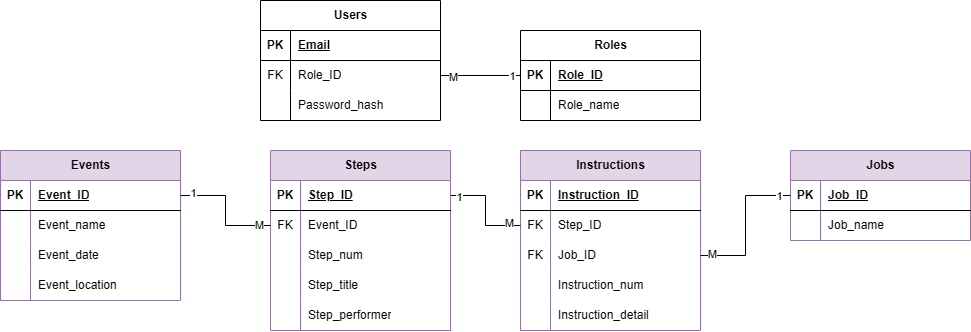
Before: Documentation/02 - Research and planning/5.1. Database Schema.png, a diagram exported from draw.io (kitaaaaaaaaaa/se12-project). Source tidied: cells renumbered, new cells last; positions are measured from the earlier drawing's top-left corner, leaving out a move shared by most shapes.
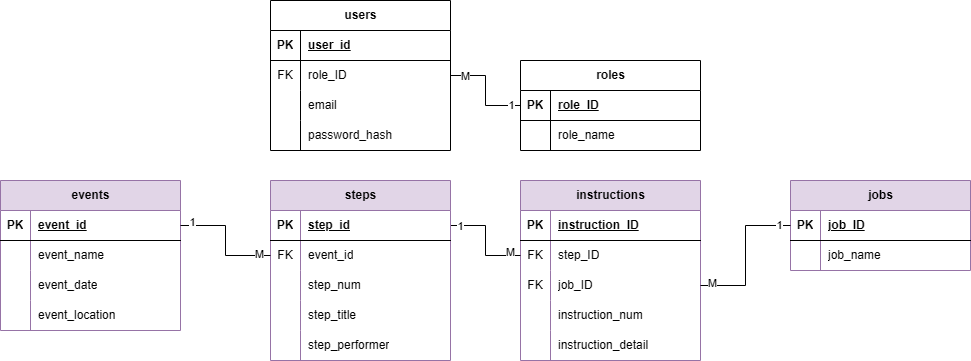
Above is the later version.

Commit message:
docs(R&P): Update database schema to reflect changes

Diff of the diagram source:
```diff
@@ -2,7 +2,7 @@
   <root>
     <mxCell id="0" />
     <mxCell id="1" parent="0" />
-    <mxCell id="2" value="Roles" style="shape=table;startSize=30;rowLines=0;fontStyle=1;align=center;html=1;" parent="1" vertex="1">
+    <mxCell id="2" value="roles" style="shape=table;startSize=30;rowLines=0;fontStyle=1;align=center;html=1;" parent="1" vertex="1">
       <mxGeometry x="520" y="30" width="180" height="90" as="geometry" />
     </mxCell>
     <mxCell id="3" style="shape=tableRow;horizontal=0;startSize=0;swimlaneHead=0;swimlaneBody=0;fillColor=none;points=[[0,0.5],[1,0.5]];portConstraint=eastwest;top=0;left=0;right=0;bottom=1;" parent="2" vertex="1">
@@ -11,7 +11,7 @@
     <mxCell id="4" value="PK" style="shape=partialRectangle;fillColor=none;top=0;left=0;bottom=0;right=0;fontStyle=1;overflow=hidden;whiteSpace=wrap;html=1;" parent="3" vertex="1">
       <mxGeometry width="30" height="30" as="geometry" />
     </mxCell>
-    <mxCell id="5" value="Role_ID" style="shape=partialRectangle;fillColor=none;top=0;left=0;bottom=0;right=0;align=left;spacingLeft=6;fontStyle=5;overflow=hidden;whiteSpace=wrap;html=1;" parent="3" vertex="1">
+    <mxCell id="5" value="role_ID" style="shape=partialRectangle;fillColor=none;top=0;left=0;bottom=0;right=0;align=left;spacingLeft=6;fontStyle=5;overflow=hidden;whiteSpace=wrap;html=1;" parent="3" vertex="1">
       <mxGeometry x="30" width="150" height="30" as="geometry" />
     </mxCell>
     <mxCell id="6" style="shape=tableRow;horizontal=0;startSize=0;swimlaneHead=0;swimlaneBody=0;fillColor=none;top=0;left=0;right=0;bottom=0;" parent="2" vertex="1">
@@ -20,10 +20,10 @@
     <mxCell id="7" style="shape=partialRectangle;fillColor=none;top=0;left=0;bottom=0;right=0;overflow=hidden;whiteSpace=wrap;html=1;" parent="6" vertex="1">
       <mxGeometry width="30" height="30" as="geometry" />
     </mxCell>
-    <mxCell id="8" value="Role_name" style="shape=partialRectangle;fillColor=none;top=0;left=0;bottom=0;right=0;align=left;spacingLeft=6;overflow=hidden;whiteSpace=wrap;html=1;" parent="6" vertex="1">
+    <mxCell id="8" value="role_name" style="shape=partialRectangle;fillColor=none;top=0;left=0;bottom=0;right=0;align=left;spacingLeft=6;overflow=hidden;whiteSpace=wrap;html=1;" parent="6" vertex="1">
       <mxGeometry x="30" width="150" height="30" as="geometry" />
     </mxCell>
-    <mxCell id="9" value="Jobs" style="shape=table;startSize=30;rowLines=0;fontStyle=1;align=center;html=1;fillColor=#e1d5e7;strokeColor=#9673a6;" parent="1" vertex="1">
+    <mxCell id="9" value="jobs" style="shape=table;startSize=30;rowLines=0;fontStyle=1;align=center;html=1;fillColor=#e1d5e7;strokeColor=#9673a6;" parent="1" vertex="1">
       <mxGeometry x="790" y="150" width="180" height="90" as="geometry" />
     </mxCell>
     <mxCell id="10" style="shape=tableRow;horizontal=0;startSize=0;swimlaneHead=0;swimlaneBody=0;fillColor=none;points=[[0,0.5],[1,0.5]];portConstraint=eastwest;top=0;left=0;right=0;bottom=1;" parent="9" vertex="1">
@@ -32,7 +32,7 @@
     <mxCell id="11" value="PK" style="shape=partialRectangle;fillColor=none;top=0;left=0;bottom=0;right=0;fontStyle=1;overflow=hidden;whiteSpace=wrap;html=1;" parent="10" vertex="1">
       <mxGeometry width="30" height="30" as="geometry" />
     </mxCell>
-    <mxCell id="12" value="Job_ID" style="shape=partialRectangle;fillColor=none;top=0;left=0;bottom=0;right=0;align=left;spacingLeft=6;fontStyle=5;overflow=hidden;whiteSpace=wrap;html=1;" parent="10" vertex="1">
+    <mxCell id="12" value="job_ID" style="shape=partialRectangle;fillColor=none;top=0;left=0;bottom=0;right=0;align=left;spacingLeft=6;fontStyle=5;overflow=hidden;whiteSpace=wrap;html=1;" parent="10" vertex="1">
       <mxGeometry x="30" width="150" height="30" as="geometry" />
     </mxCell>
     <mxCell id="13" style="shape=tableRow;horizontal=0;startSize=0;swimlaneHead=0;swimlaneBody=0;fillColor=none;top=0;left=0;right=0;bottom=0;" parent="9" vertex="1">
@@ -41,10 +41,10 @@
     <mxCell id="14" style="shape=partialRectangle;fillColor=none;top=0;left=0;bottom=0;right=0;overflow=hidden;whiteSpace=wrap;html=1;" parent="13" vertex="1">
       <mxGeometry width="30" height="30" as="geometry" />
     </mxCell>
-    <mxCell id="15" value="Job_name" style="shape=partialRectangle;fillColor=none;top=0;left=0;bottom=0;right=0;align=left;spacingLeft=6;overflow=hidden;whiteSpace=wrap;html=1;" parent="13" vertex="1">
+    <mxCell id="15" value="job_name" style="shape=partialRectangle;fillColor=none;top=0;left=0;bottom=0;right=0;align=left;spacingLeft=6;overflow=hidden;whiteSpace=wrap;html=1;" parent="13" vertex="1">
       <mxGeometry x="30" width="150" height="30" as="geometry" />
     </mxCell>
-    <mxCell id="16" value="Events" style="shape=table;startSize=30;rowLines=0;fontStyle=1;align=center;html=1;fillColor=#e1d5e7;strokeColor=#9673a6;" parent="1" vertex="1">
+    <mxCell id="16" value="events" style="shape=table;startSize=30;rowLines=0;fontStyle=1;align=center;html=1;fillColor=#e1d5e7;strokeColor=#9673a6;" parent="1" vertex="1">
       <mxGeometry y="150" width="180" height="150" as="geometry" />
     </mxCell>
     <mxCell id="17" style="shape=tableRow;horizontal=0;startSize=0;swimlaneHead=0;swimlaneBody=0;fillColor=none;points=[[0,0.5],[1,0.5]];portConstraint=eastwest;top=0;left=0;right=0;bottom=1;" parent="16" vertex="1">
@@ -53,7 +53,7 @@
     <mxCell id="18" value="PK" style="shape=partialRectangle;fillColor=none;top=0;left=0;bottom=0;right=0;fontStyle=1;overflow=hidden;whiteSpace=wrap;html=1;" parent="17" vertex="1">
       <mxGeometry width="30" height="30" as="geometry" />
     </mxCell>
-    <mxCell id="19" value="Event_ID" style="shape=partialRectangle;fillColor=none;top=0;left=0;bottom=0;right=0;align=left;spacingLeft=6;fontStyle=5;overflow=hidden;whiteSpace=wrap;html=1;" parent="17" vertex="1">
+    <mxCell id="19" value="event_id" style="shape=partialRectangle;fillColor=none;top=0;left=0;bottom=0;right=0;align=left;spacingLeft=6;fontStyle=5;overflow=hidden;whiteSpace=wrap;html=1;" parent="17" vertex="1">
       <mxGeometry x="30" width="150" height="30" as="geometry" />
     </mxCell>
     <mxCell id="20" style="shape=tableRow;horizontal=0;startSize=0;swimlaneHead=0;swimlaneBody=0;fillColor=none;top=0;left=0;right=0;bottom=0;" parent="16" vertex="1">
@@ -62,7 +62,7 @@
     <mxCell id="21" style="shape=partialRectangle;fillColor=none;top=0;left=0;bottom=0;right=0;overflow=hidden;whiteSpace=wrap;html=1;" parent="20" vertex="1">
       <mxGeometry width="30" height="30" as="geometry" />
     </mxCell>
-    <mxCell id="22" value="Event_name" style="shape=partialRectangle;fillColor=none;top=0;left=0;bottom=0;right=0;align=left;spacingLeft=6;overflow=hidden;whiteSpace=wrap;html=1;" parent="20" vertex="1">
+    <mxCell id="22" value="event_name" style="shape=partialRectangle;fillColor=none;top=0;left=0;bottom=0;right=0;align=left;spacingLeft=6;overflow=hidden;whiteSpace=wrap;html=1;" parent="20" vertex="1">
       <mxGeometry x="30" width="150" height="30" as="geometry" />
     </mxCell>
     <mxCell id="23" style="shape=tableRow;horizontal=0;startSize=0;swimlaneHead=0;swimlaneBody=0;fillColor=none;top=0;left=0;right=0;bottom=0;" parent="16" vertex="1">
@@ -71,7 +71,7 @@
     <mxCell id="24" style="shape=partialRectangle;fillColor=none;top=0;left=0;bottom=0;right=0;overflow=hidden;whiteSpace=wrap;html=1;" parent="23" vertex="1">
       <mxGeometry width="30" height="30" as="geometry" />
     </mxCell>
-    <mxCell id="25" value="Event_date" style="shape=partialRectangle;fillColor=none;top=0;left=0;bottom=0;right=0;align=left;spacingLeft=6;overflow=hidden;whiteSpace=wrap;html=1;" parent="23" vertex="1">
+    <mxCell id="25" value="event_date" style="shape=partialRectangle;fillColor=none;top=0;left=0;bottom=0;right=0;align=left;spacingLeft=6;overflow=hidden;whiteSpace=wrap;html=1;" parent="23" vertex="1">
       <mxGeometry x="30" width="150" height="30" as="geometry" />
     </mxCell>
     <mxCell id="26" style="shape=tableRow;horizontal=0;startSize=0;swimlaneHead=0;swimlaneBody=0;fillColor=none;top=0;left=0;right=0;bottom=0;" parent="16" vertex="1">
@@ -80,10 +80,10 @@
     <mxCell id="27" style="shape=partialRectangle;fillColor=none;top=0;left=0;bottom=0;right=0;overflow=hidden;whiteSpace=wrap;html=1;" parent="26" vertex="1">
       <mxGeometry width="30" height="30" as="geometry" />
     </mxCell>
-    <mxCell id="28" value="Event_location" style="shape=partialRectangle;fillColor=none;top=0;left=0;bottom=0;right=0;align=left;spacingLeft=6;overflow=hidden;whiteSpace=wrap;html=1;" parent="26" vertex="1">
+    <mxCell id="28" value="event_location" style="shape=partialRectangle;fillColor=none;top=0;left=0;bottom=0;right=0;align=left;spacingLeft=6;overflow=hidden;whiteSpace=wrap;html=1;" parent="26" vertex="1">
       <mxGeometry x="30" width="150" height="30" as="geometry" />
     </mxCell>
-    <mxCell id="29" value="Instructions" style="shape=table;startSize=30;rowLines=0;fontStyle=1;align=center;html=1;fillColor=#e1d5e7;strokeColor=#9673a6;" parent="1" vertex="1">
+    <mxCell id="29" value="instructions" style="shape=table;startSize=30;rowLines=0;fontStyle=1;align=center;html=1;fillColor=#e1d5e7;strokeColor=#9673a6;" parent="1" vertex="1">
       <mxGeometry x="520" y="150" width="180" height="180" as="geometry" />
     </mxCell>
     <mxCell id="30" style="shape=tableRow;horizontal=0;startSize=0;swimlaneHead=0;swimlaneBody=0;fillColor=none;top=0;left=0;right=0;bottom=1;" parent="29" vertex="1">
@@ -92,7 +92,7 @@
     <mxCell id="31" value="PK" style="shape=partialRectangle;fillColor=none;top=0;left=0;bottom=0;right=0;fontStyle=1;overflow=hidden;whiteSpace=wrap;html=1;" parent="30" vertex="1">
       <mxGeometry width="30" height="30" as="geometry" />
     </mxCell>
-    <mxCell id="32" value="Instruction_ID" style="shape=partialRectangle;fillColor=none;top=0;left=0;bottom=0;right=0;align=left;spacingLeft=6;fontStyle=5;overflow=hidden;whiteSpace=wrap;html=1;" parent="30" vertex="1">
+    <mxCell id="32" value="instruction_ID" style="shape=partialRectangle;fillColor=none;top=0;left=0;bottom=0;right=0;align=left;spacingLeft=6;fontStyle=5;overflow=hidden;whiteSpace=wrap;html=1;" parent="30" vertex="1">
       <mxGeometry x="30" width="150" height="30" as="geometry" />
     </mxCell>
     <mxCell id="33" style="shape=tableRow;horizontal=0;startSize=0;swimlaneHead=0;swimlaneBody=0;fillColor=none;points=[[0,0.5],[1,0.5]];portConstraint=eastwest;top=0;left=0;right=0;bottom=0;" parent="29" vertex="1">
@@ -101,7 +101,7 @@
     <mxCell id="34" value="FK" style="shape=partialRectangle;fillColor=none;top=0;left=0;bottom=0;right=0;overflow=hidden;whiteSpace=wrap;html=1;" parent="33" vertex="1">
       <mxGeometry width="30" height="30" as="geometry" />
     </mxCell>
-    <mxCell id="35" value="Step_ID" style="shape=partialRectangle;fillColor=none;top=0;left=0;bottom=0;right=0;align=left;spacingLeft=6;overflow=hidden;whiteSpace=wrap;html=1;" parent="33" vertex="1">
+    <mxCell id="35" value="step_ID" style="shape=partialRectangle;fillColor=none;top=0;left=0;bottom=0;right=0;align=left;spacingLeft=6;overflow=hidden;whiteSpace=wrap;html=1;" parent="33" vertex="1">
       <mxGeometry x="30" width="150" height="30" as="geometry" />
     </mxCell>
     <mxCell id="36" style="shape=tableRow;horizontal=0;startSize=0;swimlaneHead=0;swimlaneBody=0;fillColor=none;points=[[0,0.5],[1,0.5]];portConstraint=eastwest;top=0;left=0;right=0;bottom=0;" parent="29" vertex="1">
@@ -110,7 +110,7 @@
     <mxCell id="37" value="FK" style="shape=partialRectangle;fillColor=none;top=0;left=0;bottom=0;right=0;overflow=hidden;whiteSpace=wrap;html=1;" parent="36" vertex="1">
       <mxGeometry width="30" height="30" as="geometry" />
     </mxCell>
-    <mxCell id="38" value="Job_ID" style="shape=partialRectangle;fillColor=none;top=0;left=0;bottom=0;right=0;align=left;spacingLeft=6;overflow=hidden;whiteSpace=wrap;html=1;" parent="36" vertex="1">
+    <mxCell id="38" value="job_ID" style="shape=partialRectangle;fillColor=none;top=0;left=0;bottom=0;right=0;align=left;spacingLeft=6;overflow=hidden;whiteSpace=wrap;html=1;" parent="36" vertex="1">
       <mxGeometry x="30" width="150" height="30" as="geometry" />
     </mxCell>
     <mxCell id="39" style="shape=tableRow;horizontal=0;startSize=0;swimlaneHead=0;swimlaneBody=0;fillColor=none;top=0;left=0;right=0;bottom=0;" parent="29" vertex="1">
@@ -119,7 +119,7 @@
     <mxCell id="40" style="shape=partialRectangle;fillColor=none;top=0;left=0;bottom=0;right=0;overflow=hidden;whiteSpace=wrap;html=1;" parent="39" vertex="1">
       <mxGeometry width="30" height="30" as="geometry" />
     </mxCell>
-    <mxCell id="41" value="Instruction_num" style="shape=partialRectangle;fillColor=none;top=0;left=0;bottom=0;right=0;align=left;spacingLeft=6;overflow=hidden;whiteSpace=wrap;html=1;" parent="39" vertex="1">
+    <mxCell id="41" value="instruction_num" style="shape=partialRectangle;fillColor=none;top=0;left=0;bottom=0;right=0;align=left;spacingLeft=6;overflow=hidden;whiteSpace=wrap;html=1;" parent="39" vertex="1">
       <mxGeometry x="30" width="150" height="30" as="geometry" />
     </mxCell>
     <mxCell id="42" style="shape=tableRow;horizontal=0;startSize=0;swimlaneHead=0;swimlaneBody=0;fillColor=none;top=0;left=0;right=0;bottom=0;" parent="29" vertex="1">
@@ -128,11 +128,11 @@
     <mxCell id="43" style="shape=partialRectangle;fillColor=none;top=0;left=0;bottom=0;right=0;overflow=hidden;whiteSpace=wrap;html=1;" parent="42" vertex="1">
       <mxGeometry width="30" height="30" as="geometry" />
     </mxCell>
-    <mxCell id="44" value="Instruction_detail" style="shape=partialRectangle;fillColor=none;top=0;left=0;bottom=0;right=0;align=left;spacingLeft=6;overflow=hidden;whiteSpace=wrap;html=1;" parent="42" vertex="1">
+    <mxCell id="44" value="instruction_detail" style="shape=partialRectangle;fillColor=none;top=0;left=0;bottom=0;right=0;align=left;spacingLeft=6;overflow=hidden;whiteSpace=wrap;html=1;" parent="42" vertex="1">
       <mxGeometry x="30" width="150" height="30" as="geometry" />
     </mxCell>
-    <mxCell id="45" value="Users" style="shape=table;startSize=30;rowLines=0;fontStyle=1;align=center;html=1;" parent="1" vertex="1">
-      <mxGeometry x="260" width="180" height="120" as="geometry" />
+    <mxCell id="45" value="users" style="shape=table;startSize=30;rowLines=0;fontStyle=1;align=center;html=1;" parent="1" vertex="1">
+      <mxGeometry x="270" y="-30" width="180" height="150" as="geometry" />
     </mxCell>
     <mxCell id="46" style="shape=tableRow;horizontal=0;startSize=0;swimlaneHead=0;swimlaneBody=0;fillColor=none;top=0;left=0;right=0;bottom=1;" parent="45" vertex="1">
       <mxGeometry y="30" width="180" height="30" as="geometry" />
@@ -140,7 +140,7 @@
     <mxCell id="47" value="PK" style="shape=partialRectangle;fillColor=none;top=0;left=0;bottom=0;right=0;fontStyle=1;overflow=hidden;whiteSpace=wrap;html=1;" parent="46" vertex="1">
       <mxGeometry width="30" height="30" as="geometry" />
     </mxCell>
-    <mxCell id="48" value="Email" style="shape=partialRectangle;fillColor=none;top=0;left=0;bottom=0;right=0;align=left;spacingLeft=6;fontStyle=5;overflow=hidden;whiteSpace=wrap;html=1;" parent="46" vertex="1">
+    <mxCell id="48" value="user_id" style="shape=partialRectangle;fillColor=none;top=0;left=0;bottom=0;right=0;align=left;spacingLeft=6;fontStyle=5;overflow=hidden;whiteSpace=wrap;html=1;" parent="46" vertex="1">
       <mxGeometry x="30" width="150" height="30" as="geometry" />
     </mxCell>
     <mxCell id="49" style="shape=tableRow;horizontal=0;startSize=0;swimlaneHead=0;swimlaneBody=0;fillColor=none;points=[[0,0.5],[1,0.5]];portConstraint=eastwest;top=0;left=0;right=0;bottom=0;" parent="45" vertex="1">
@@ -149,7 +149,7 @@
     <mxCell id="50" value="FK" style="shape=partialRectangle;fillColor=none;top=0;left=0;bottom=0;right=0;overflow=hidden;whiteSpace=wrap;html=1;" parent="49" vertex="1">
       <mxGeometry width="30" height="30" as="geometry" />
     </mxCell>
-    <mxCell id="51" value="Role_ID" style="shape=partialRectangle;fillColor=none;top=0;left=0;bottom=0;right=0;align=left;spacingLeft=6;overflow=hidden;whiteSpace=wrap;html=1;" parent="49" vertex="1">
+    <mxCell id="51" value="role_ID" style="shape=partialRectangle;fillColor=none;top=0;left=0;bottom=0;right=0;align=left;spacingLeft=6;overflow=hidden;whiteSpace=wrap;html=1;" parent="49" vertex="1">
       <mxGeometry x="30" width="150" height="30" as="geometry" />
     </mxCell>
     <mxCell id="52" style="shape=tableRow;horizontal=0;startSize=0;swimlaneHead=0;swimlaneBody=0;fillColor=none;top=0;left=0;right=0;bottom=0;" parent="45" vertex="1">
@@ -158,9 +158,18 @@
     <mxCell id="53" style="shape=partialRectangle;fillColor=none;top=0;left=0;bottom=0;right=0;overflow=hidden;whiteSpace=wrap;html=1;" parent="52" vertex="1">
       <mxGeometry width="30" height="30" as="geometry" />
     </mxCell>
-    <mxCell id="54" value="Password_hash" style="shape=partialRectangle;fillColor=none;top=0;left=0;bottom=0;right=0;align=left;spacingLeft=6;overflow=hidden;whiteSpace=wrap;html=1;" parent="52" vertex="1">
+    <mxCell id="54" value="email" style="shape=partialRectangle;fillColor=none;top=0;left=0;bottom=0;right=0;align=left;spacingLeft=6;overflow=hidden;whiteSpace=wrap;html=1;" parent="52" vertex="1">
       <mxGeometry x="30" width="150" height="30" as="geometry" />
     </mxCell>
+    <mxCell id="83" style="shape=tableRow;horizontal=0;startSize=0;swimlaneHead=0;swimlaneBody=0;fillColor=none;top=0;left=0;right=0;bottom=0;" parent="45" vertex="1">
+      <mxGeometry y="120" width="180" height="30" as="geometry" />
+    </mxCell>
+    <mxCell id="84" style="shape=partialRectangle;fillColor=none;top=0;left=0;bottom=0;right=0;overflow=hidden;whiteSpace=wrap;html=1;" parent="83" vertex="1">
+      <mxGeometry width="30" height="30" as="geometry" />
+    </mxCell>
+    <mxCell id="85" value="password_hash" style="shape=partialRectangle;fillColor=none;top=0;left=0;bottom=0;right=0;align=left;spacingLeft=6;overflow=hidden;whiteSpace=wrap;html=1;" parent="83" vertex="1">
+      <mxGeometry x="30" width="150" height="30" as="geometry" />
+    </mxCell>
     <mxCell id="55" style="edgeStyle=orthogonalEdgeStyle;rounded=0;jettySize=auto;html=1;endArrow=none;endFill=0;" parent="1" edge="1" source="3" target="49">
       <mxGeometry relative="1" as="geometry" />
     </mxCell>
@@ -183,7 +192,7 @@
     <mxCell id="60" value="M" style="edgeLabel;html=1;align=center;verticalAlign=middle;" parent="58" vertex="1">
       <mxGeometry x="0.78" y="3" relative="1" as="geometry" />
     </mxCell>
-    <mxCell id="61" value="Steps" style="shape=table;startSize=30;rowLines=0;fontStyle=1;align=center;html=1;fillColor=#e1d5e7;strokeColor=#9673a6;" parent="1" vertex="1">
+    <mxCell id="61" value="steps" style="shape=table;startSize=30;rowLines=0;fontStyle=1;align=center;html=1;fillColor=#e1d5e7;strokeColor=#9673a6;" parent="1" vertex="1">
       <mxGeometry x="270" y="150" width="180" height="180" as="geometry" />
     </mxCell>
     <mxCell id="62" style="shape=tableRow;horizontal=0;startSize=0;swimlaneHead=0;swimlaneBody=0;fillColor=none;top=0;left=0;right=0;bottom=1;" parent="61" vertex="1">
@@ -192,7 +201,7 @@
     <mxCell id="63" value="PK" style="shape=partialRectangle;fillColor=none;top=0;left=0;bottom=0;right=0;fontStyle=1;overflow=hidden;whiteSpace=wrap;html=1;" parent="62" vertex="1">
       <mxGeometry width="30" height="30" as="geometry" />
     </mxCell>
-    <mxCell id="64" value="Step_ID" style="shape=partialRectangle;fillColor=none;top=0;left=0;bottom=0;right=0;align=left;spacingLeft=6;fontStyle=5;overflow=hidden;whiteSpace=wrap;html=1;" parent="62" vertex="1">
+    <mxCell id="64" value="step_id" style="shape=partialRectangle;fillColor=none;top=0;left=0;bottom=0;right=0;align=left;spacingLeft=6;fontStyle=5;overflow=hidden;whiteSpace=wrap;html=1;" parent="62" vertex="1">
       <mxGeometry x="30" width="150" height="30" as="geometry" />
     </mxCell>
     <mxCell id="65" style="shape=tableRow;horizontal=0;startSize=0;swimlaneHead=0;swimlaneBody=0;fillColor=none;points=[[0,0.5],[1,0.5]];portConstraint=eastwest;top=0;left=0;right=0;bottom=0;" parent="61" vertex="1">
@@ -201,7 +210,7 @@
     <mxCell id="66" value="FK" style="shape=partialRectangle;fillColor=none;top=0;left=0;bottom=0;right=0;overflow=hidden;whiteSpace=wrap;html=1;" parent="65" vertex="1">
       <mxGeometry width="30" height="30" as="geometry" />
     </mxCell>
-    <mxCell id="67" value="Event_ID" style="shape=partialRectangle;fillColor=none;top=0;left=0;bottom=0;right=0;align=left;spacingLeft=6;overflow=hidden;whiteSpace=wrap;html=1;" parent="65" vertex="1">
+    <mxCell id="67" value="event_id" style="shape=partialRectangle;fillColor=none;top=0;left=0;bottom=0;right=0;align=left;spacingLeft=6;overflow=hidden;whiteSpace=wrap;html=1;" parent="65" vertex="1">
       <mxGeometry x="30" width="150" height="30" as="geometry" />
     </mxCell>
     <mxCell id="68" style="shape=tableRow;horizontal=0;startSize=0;swimlaneHead=0;swimlaneBody=0;fillColor=none;top=0;left=0;right=0;bottom=0;" parent="61" vertex="1">
@@ -210,7 +219,7 @@
     <mxCell id="69" style="shape=partialRectangle;fillColor=none;top=0;left=0;bottom=0;right=0;overflow=hidden;whiteSpace=wrap;html=1;" parent="68" vertex="1">
       <mxGeometry width="30" height="30" as="geometry" />
     </mxCell>
-    <mxCell id="70" value="Step_num" style="shape=partialRectangle;fillColor=none;top=0;left=0;bottom=0;right=0;align=left;spacingLeft=6;overflow=hidden;whiteSpace=wrap;html=1;" parent="68" vertex="1">
+    <mxCell id="70" value="step_num" style="shape=partialRectangle;fillColor=none;top=0;left=0;bottom=0;right=0;align=left;spacingLeft=6;overflow=hidden;whiteSpace=wrap;html=1;" parent="68" vertex="1">
       <mxGeometry x="30" width="150" height="30" as="geometry" />
     </mxCell>
     <mxCell id="71" style="shape=tableRow;horizontal=0;startSize=0;swimlaneHead=0;swimlaneBody=0;fillColor=none;top=0;left=0;right=0;bottom=0;" parent="61" vertex="1">
@@ -219,7 +228,7 @@
     <mxCell id="72" style="shape=partialRectangle;fillColor=none;top=0;left=0;bottom=0;right=0;overflow=hidden;whiteSpace=wrap;html=1;" parent="71" vertex="1">
       <mxGeometry width="30" height="30" as="geometry" />
     </mxCell>
-    <mxCell id="73" value="Step_title" style="shape=partialRectangle;fillColor=none;top=0;left=0;bottom=0;right=0;align=left;spacingLeft=6;overflow=hidden;whiteSpace=wrap;html=1;" parent="71" vertex="1">
+    <mxCell id="73" value="step_title" style="shape=partialRectangle;fillColor=none;top=0;left=0;bottom=0;right=0;align=left;spacingLeft=6;overflow=hidden;whiteSpace=wrap;html=1;" parent="71" vertex="1">
       <mxGeometry x="30" width="150" height="30" as="geometry" />
     </mxCell>
     <mxCell id="74" style="shape=tableRow;horizontal=0;startSize=0;swimlaneHead=0;swimlaneBody=0;fillColor=none;top=0;left=0;right=0;bottom=0;" parent="61" vertex="1">
@@ -228,7 +237,7 @@
     <mxCell id="75" style="shape=partialRectangle;fillColor=none;top=0;left=0;bottom=0;right=0;overflow=hidden;whiteSpace=wrap;html=1;" parent="74" vertex="1">
       <mxGeometry width="30" height="30" as="geometry" />
     </mxCell>
-    <mxCell id="76" value="Step_performer" style="shape=partialRectangle;fillColor=none;top=0;left=0;bottom=0;right=0;align=left;spacingLeft=6;overflow=hidden;whiteSpace=wrap;html=1;" parent="74" vertex="1">
+    <mxCell id="76" value="step_performer" style="shape=partialRectangle;fillColor=none;top=0;left=0;bottom=0;right=0;align=left;spacingLeft=6;overflow=hidden;whiteSpace=wrap;html=1;" parent="74" vertex="1">
       <mxGeometry x="30" width="150" height="30" as="geometry" />
     </mxCell>
     <mxCell id="77" style="edgeStyle=orthogonalEdgeStyle;rounded=0;jettySize=auto;html=1;exitX=0;exitY=0.5;exitDx=0;exitDy=0;endArrow=none;endFill=0;" parent="1" edge="1" source="10" target="36">
```
